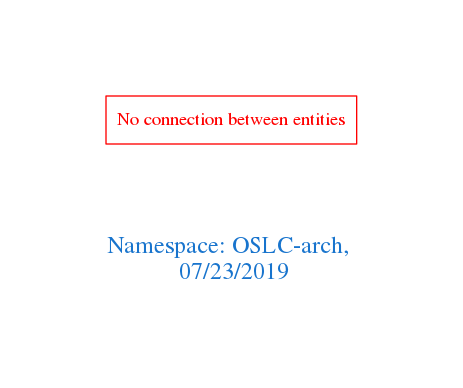
The Graphviz diagram downloads/OSLC-arch.png in arago/OGIT, before a commit. Its source is kept beside it as downloads/OSLC-arch.dot.
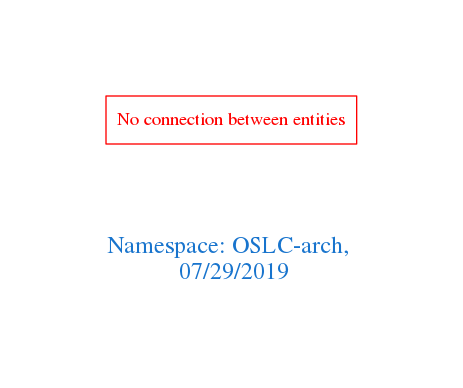
After the change.

Diff of the diagram source:
```diff
@@ -1,7 +1,7 @@
 digraph OGIT_ontology {
  graph [ rankdir= LR,pad=1
 fontsize = 18,
-fontcolor= dodgerblue3,label = "\n\n\nNamespace: OSLC-arch, \n 07/23/2019"];
+fontcolor= dodgerblue3,label = "\n\n\nNamespace: OSLC-arch, \n 07/29/2019"];
 node[shape=polygon];
 edge [  color="gray81"];
 
```
